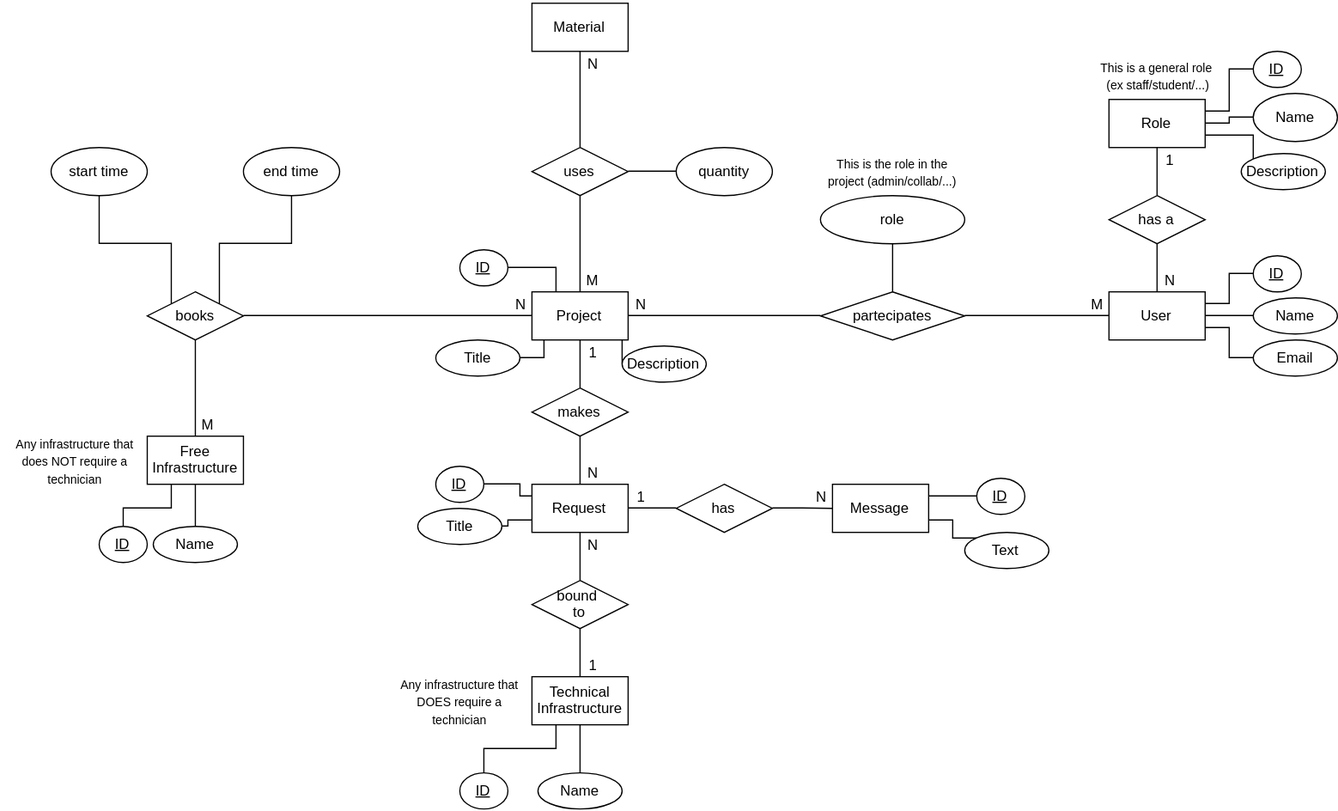
This is Schema/mpm-db-er-schema.svg from shalen-original/dbms2016-exam-project, a draw.io export, as it was before one commit. Source tidied: cells renumbered, new cells last; positions are measured from the earlier drawing's top-left corner, leaving out a move shared by most shapes.
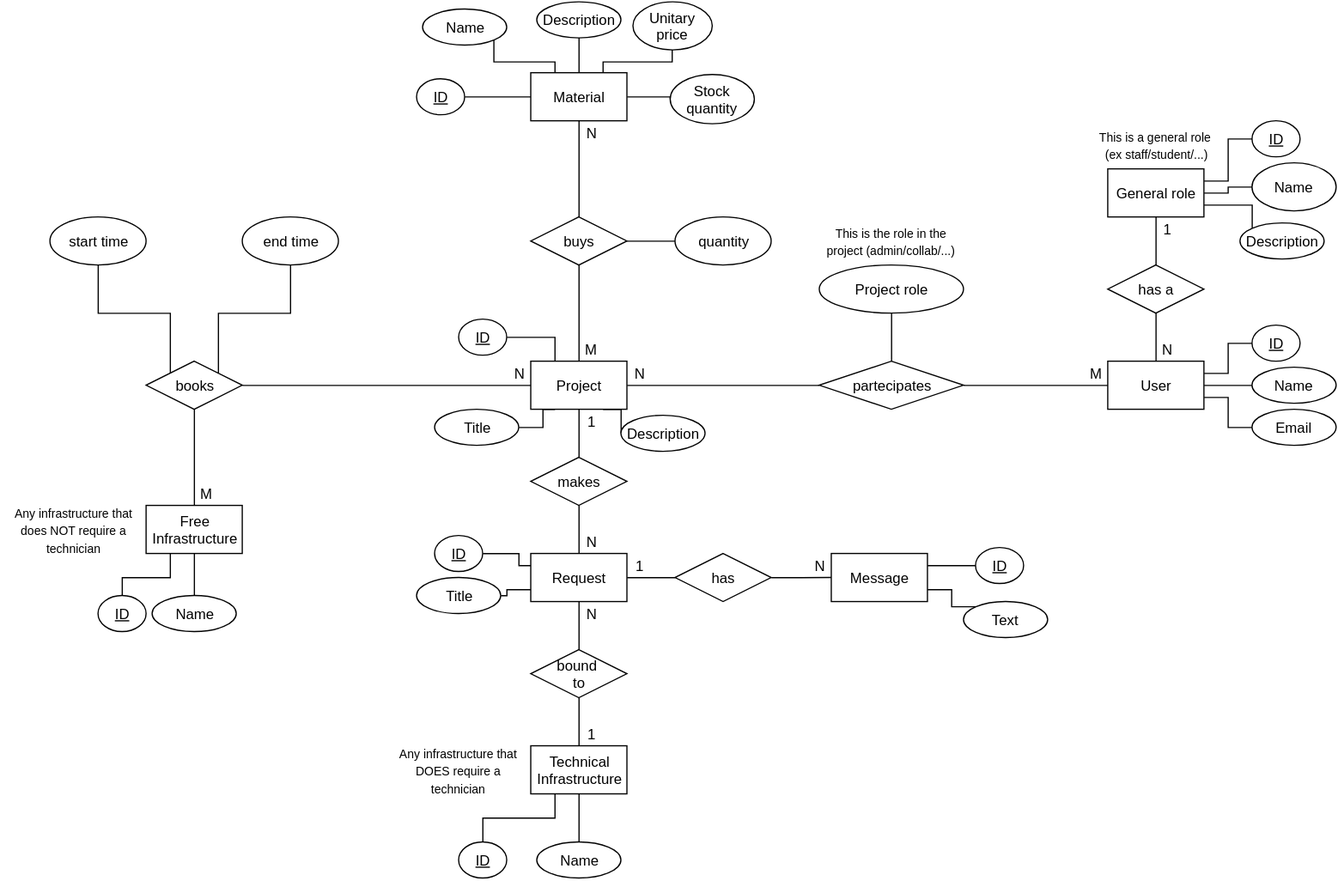
Later version of the same file.

Commit message:
Schema updated: materials part done

Diff of the diagram source:
```diff
@@ -46,6 +46,36 @@
     <mxCell id="14" style="edgeStyle=orthogonalEdgeStyle;rounded=0;html=1;exitX=0.5;exitY=1;entryX=0.5;entryY=0;endArrow=none;endFill=0;jettySize=auto;" parent="1" edge="1" source="43" target="27">
       <mxGeometry relative="1" as="geometry" />
     </mxCell>
+    <mxCell id="93" style="edgeStyle=orthogonalEdgeStyle;rounded=0;html=1;exitX=0.75;exitY=0;entryX=0.5;entryY=1;endArrow=none;endFill=0;jettySize=auto;" parent="1" edge="1" source="15" target="101">
+      <mxGeometry relative="1" as="geometry">
+        <Array as="points">
+          <mxPoint x="500" y="-9" />
+          <mxPoint x="558" y="-9" />
+        </Array>
+      </mxGeometry>
+    </mxCell>
+    <mxCell id="94" style="edgeStyle=orthogonalEdgeStyle;rounded=0;html=1;exitX=0.5;exitY=0;entryX=0.5;entryY=1;endArrow=none;endFill=0;jettySize=auto;" parent="1" edge="1" source="15" target="100">
+      <mxGeometry relative="1" as="geometry">
+        <Array as="points">
+          <mxPoint x="480" y="-19" />
+          <mxPoint x="480" y="-19" />
+        </Array>
+      </mxGeometry>
+    </mxCell>
+    <mxCell id="95" style="edgeStyle=orthogonalEdgeStyle;rounded=0;html=1;exitX=0.25;exitY=0;entryX=1;entryY=1;endArrow=none;endFill=0;jettySize=auto;" parent="1" edge="1" source="15" target="99">
+      <mxGeometry relative="1" as="geometry">
+        <Array as="points">
+          <mxPoint x="460" y="-9" />
+          <mxPoint x="409" y="-9" />
+        </Array>
+      </mxGeometry>
+    </mxCell>
+    <mxCell id="96" style="edgeStyle=orthogonalEdgeStyle;rounded=0;html=1;exitX=0;exitY=0.5;entryX=1;entryY=0.5;endArrow=none;endFill=0;jettySize=auto;" parent="1" edge="1" source="15" target="98">
+      <mxGeometry relative="1" as="geometry" />
+    </mxCell>
+    <mxCell id="97" style="edgeStyle=orthogonalEdgeStyle;rounded=0;html=1;exitX=1;exitY=0.5;entryX=0;entryY=0.5;endArrow=none;endFill=0;jettySize=auto;" parent="1" edge="1" source="15" target="102">
+      <mxGeometry relative="1" as="geometry" />
+    </mxCell>
     <mxCell id="15" value="Material" style="whiteSpace=wrap;html=1;" parent="1" vertex="1">
       <mxGeometry x="440" width="80" height="40" as="geometry" />
     </mxCell>
@@ -117,7 +147,7 @@
     <mxCell id="31" style="edgeStyle=orthogonalEdgeStyle;rounded=0;html=1;exitX=1;exitY=0.5;entryX=0;entryY=0.5;endArrow=none;endFill=0;jettySize=auto;" parent="1" edge="1" source="32" target="33">
       <mxGeometry relative="1" as="geometry" />
     </mxCell>
-    <mxCell id="32" value="uses" style="rhombus;whiteSpace=wrap;html=1;" parent="1" vertex="1">
+    <mxCell id="32" value="buys" style="rhombus;whiteSpace=wrap;html=1;" parent="1" vertex="1">
       <mxGeometry x="440" y="120" width="80" height="40" as="geometry" />
     </mxCell>
     <mxCell id="33" value="quantity" style="ellipse;whiteSpace=wrap;html=1;" parent="1" vertex="1">
@@ -152,7 +182,7 @@
     <mxCell id="42" style="group;" parent="1" vertex="1">
       <mxGeometry x="900" y="40" width="120" height="80" as="geometry" />
     </mxCell>
-    <mxCell id="43" value="Role" style="whiteSpace=wrap;html=1;comic=0;glass=0;rounded=0;shadow=0;" parent="42" vertex="1">
+    <mxCell id="43" value="General role" style="whiteSpace=wrap;html=1;comic=0;glass=0;rounded=0;shadow=0;" parent="42" vertex="1">
       <mxGeometry x="20" y="40" width="80" height="40" as="geometry" />
     </mxCell>
     <mxCell id="44" value="&lt;font style=&quot;font-size: 10px&quot;&gt;This is a general role&lt;/font&gt;&lt;font style=&quot;font-size: 9px&quot;&gt;&amp;nbsp;&lt;/font&gt;&lt;div&gt;&lt;font style=&quot;font-size: 10px&quot;&gt;(ex staff/student/...)&lt;/font&gt;&lt;/div&gt;" style="text;html=1;strokeColor=none;fillColor=none;align=center;verticalAlign=middle;whiteSpace=wrap;rounded=0;shadow=0;glass=0;comic=0;" parent="42" vertex="1">
@@ -161,7 +191,7 @@
     <mxCell id="45" style="group;" parent="1" vertex="1">
       <mxGeometry x="680" y="120" width="120" height="80" as="geometry" />
     </mxCell>
-    <mxCell id="46" value="role" style="ellipse;whiteSpace=wrap;html=1;" parent="45" vertex="1">
+    <mxCell id="46" value="Project role" style="ellipse;whiteSpace=wrap;html=1;" parent="45" vertex="1">
       <mxGeometry y="40" width="120" height="40" as="geometry" />
     </mxCell>
     <mxCell id="47" value="&lt;span style=&quot;font-size: 10px&quot;&gt;This is the role in the project (admin/collab/...)&lt;/span&gt;" style="text;html=1;strokeColor=none;fillColor=none;align=center;verticalAlign=middle;whiteSpace=wrap;rounded=0;shadow=0;glass=0;comic=0;" parent="45" vertex="1">
@@ -306,5 +336,20 @@
     <mxCell id="92" value="Description" style="ellipse;whiteSpace=wrap;html=1;" parent="1" vertex="1">
       <mxGeometry x="515" y="285" width="70" height="30" as="geometry" />
     </mxCell>
+    <mxCell id="98" value="&lt;u&gt;ID&lt;/u&gt;" style="ellipse;whiteSpace=wrap;html=1;" parent="1" vertex="1">
+      <mxGeometry x="345" y="5" width="40" height="30" as="geometry" />
+    </mxCell>
+    <mxCell id="99" value="Name" style="ellipse;whiteSpace=wrap;html=1;" parent="1" vertex="1">
+      <mxGeometry x="350" y="-53" width="70" height="30" as="geometry" />
+    </mxCell>
+    <mxCell id="100" value="Description" style="ellipse;whiteSpace=wrap;html=1;" parent="1" vertex="1">
+      <mxGeometry x="445" y="-59" width="70" height="30" as="geometry" />
+    </mxCell>
+    <mxCell id="101" value="Unitary price" style="ellipse;whiteSpace=wrap;html=1;" parent="1" vertex="1">
+      <mxGeometry x="525" y="-59" width="66" height="40" as="geometry" />
+    </mxCell>
+    <mxCell id="102" value="Stock quantity" style="ellipse;whiteSpace=wrap;html=1;" parent="1" vertex="1">
+      <mxGeometry x="556" y="1" width="70" height="41" as="geometry" />
+    </mxCell>
   </root>
 </mxGraphModel>
```
